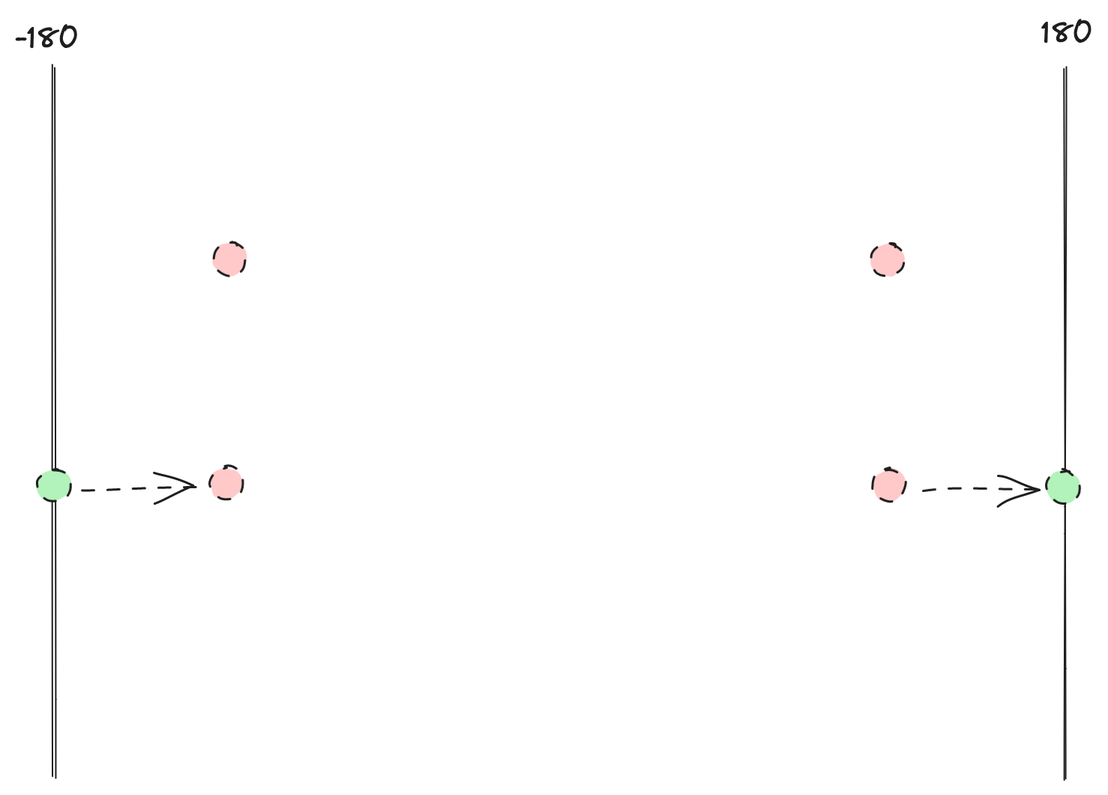
Earlier version of the Excalidraw export docs/img/segment.png (gadomski/antimeridian). Source tidied: one line per element, renumbered; positions are measured from the earlier drawing's top-left corner, leaving out a move shared by most shapes.
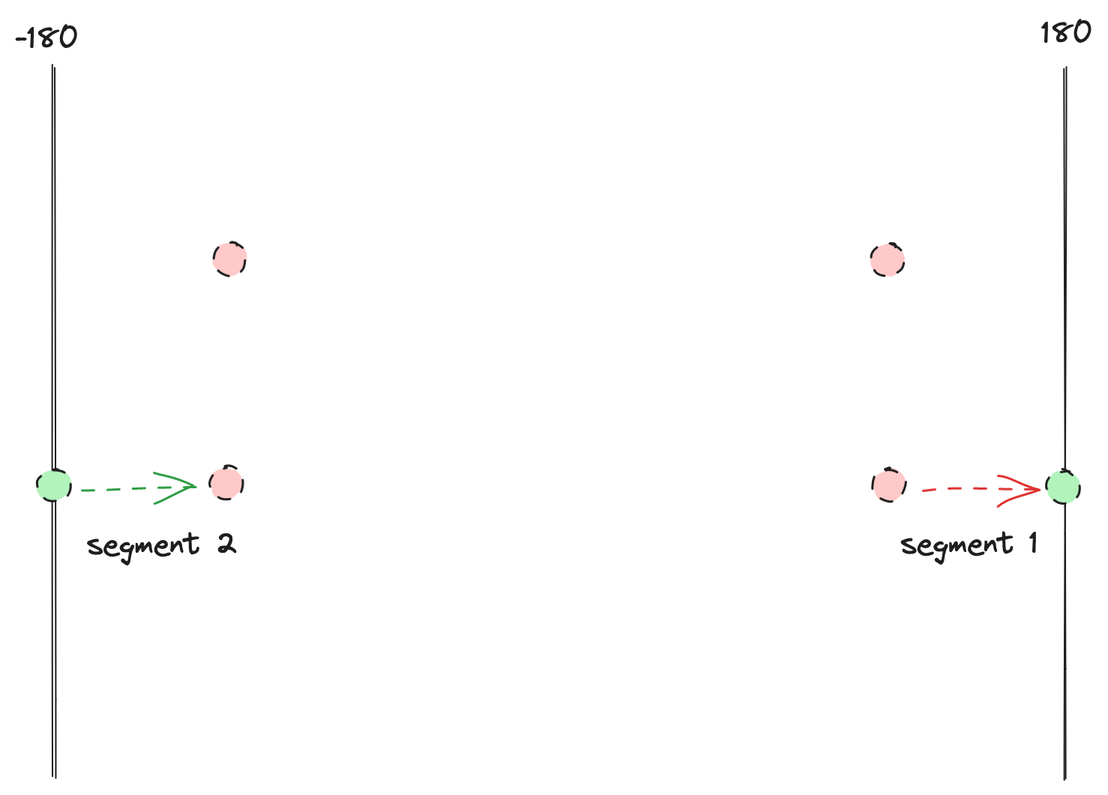
After the commit.

Change to the diagram source:
```diff
@@ -7,6 +7,8 @@
 {"id": 6, "type": "ellipse", "strokeColor": "#1e1e1e", "backgroundColor": "#ffc9c9", "fillStyle": "solid", "strokeWidth": 1, "strokeStyle": "dashed", "roughness": 1, "x": 571, "y": 152, "width": 22, "height": 22}
 {"id": 7, "type": "ellipse", "strokeColor": "#1e1e1e", "backgroundColor": "#ffc9c9", "fillStyle": "solid", "strokeWidth": 1, "strokeStyle": "dashed", "roughness": 1, "x": 572, "y": 302, "width": 22, "height": 22}
 {"id": 8, "type": "ellipse", "strokeColor": "#1e1e1e", "backgroundColor": "#b2f2bb", "fillStyle": "solid", "strokeWidth": 1, "strokeStyle": "dashed", "roughness": 1, "x": 688, "y": 304, "width": 22, "height": 22}
-{"id": 9, "type": "arrow", "strokeColor": "#1e1e1e", "backgroundColor": "#b2f2bb", "fillStyle": "solid", "strokeWidth": 1, "strokeStyle": "dashed", "roughness": 1, "endArrowhead": "arrow", "from": 7, "to": 8, "x": 604, "y": 316, "width": 77, "height": 0, "points": [[0, 0], [77, 0]]}
+{"id": 9, "type": "arrow", "strokeColor": "#e03131", "backgroundColor": "#b2f2bb", "fillStyle": "solid", "strokeWidth": 1, "strokeStyle": "dashed", "roughness": 1, "endArrowhead": "arrow", "from": 7, "to": 8, "x": 604, "y": 316, "width": 77, "height": 0, "points": [[0, 0], [77, 0]]}
 {"id": 10, "type": "ellipse", "strokeColor": "#1e1e1e", "backgroundColor": "#b2f2bb", "fillStyle": "solid", "strokeWidth": 1, "strokeStyle": "dashed", "roughness": 1, "x": 15, "y": 302, "width": 22, "height": 22}
-{"id": 11, "type": "arrow", "strokeColor": "#1e1e1e", "backgroundColor": "#b2f2bb", "fillStyle": "solid", "strokeWidth": 1, "strokeStyle": "dashed", "roughness": 1, "endArrowhead": "arrow", "from": 10, "to": 5, "x": 44, "y": 316, "width": 78, "height": 1, "points": [[0, 0], [78, -1]]}
+{"id": 11, "type": "arrow", "strokeColor": "#2f9e44", "backgroundColor": "#b2f2bb", "fillStyle": "solid", "strokeWidth": 1, "strokeStyle": "dashed", "roughness": 1, "endArrowhead": "arrow", "from": 10, "to": 5, "x": 44, "y": 316, "width": 78, "height": 1, "points": [[0, 0], [78, -1]]}
+{"id": 12, "type": "text", "text": "segment 1", "strokeColor": "#1e1e1e", "strokeWidth": 1, "roughness": 1, "fontSize": 20, "fontFamily": 1, "x": 591, "y": 340, "width": 92, "height": 25}
+{"id": 13, "type": "text", "text": "segment 2", "strokeColor": "#1e1e1e", "strokeWidth": 1, "roughness": 1, "fontSize": 20, "fontFamily": 1, "x": 48, "y": 341, "width": 100, "height": 25}
```
